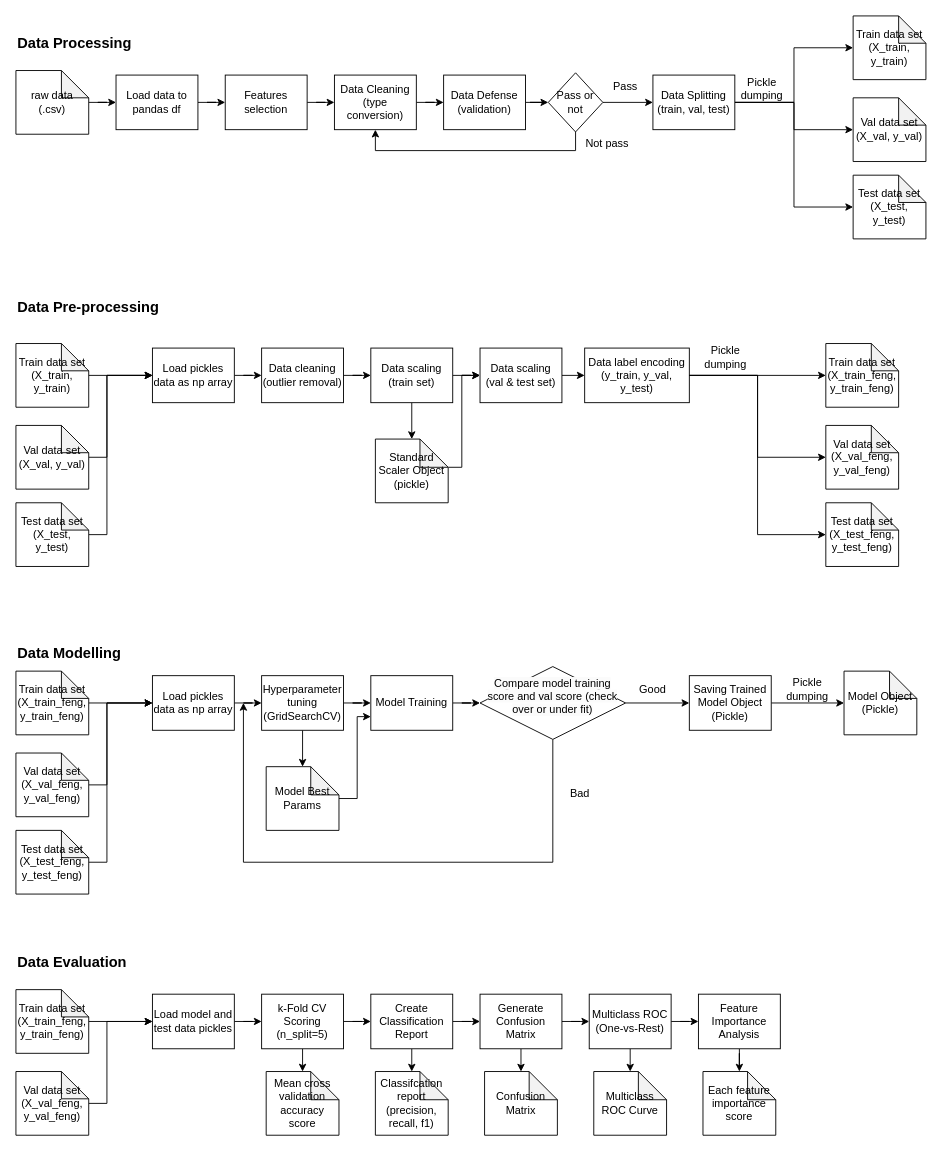
haranobuhardo/Gas-Detection-Using-Traditional-ML keeps this draw.io diagram as process flow chart.drawio. Above is the earlier version. Source tidied: cells renumbered, new cells numbered last; positions are measured from the earlier drawing's top-left corner, leaving out a move shared by most shapes. Both pictures are drawn from the tidied source at 91%, with x=0, y=0 at pixel (15, 15).
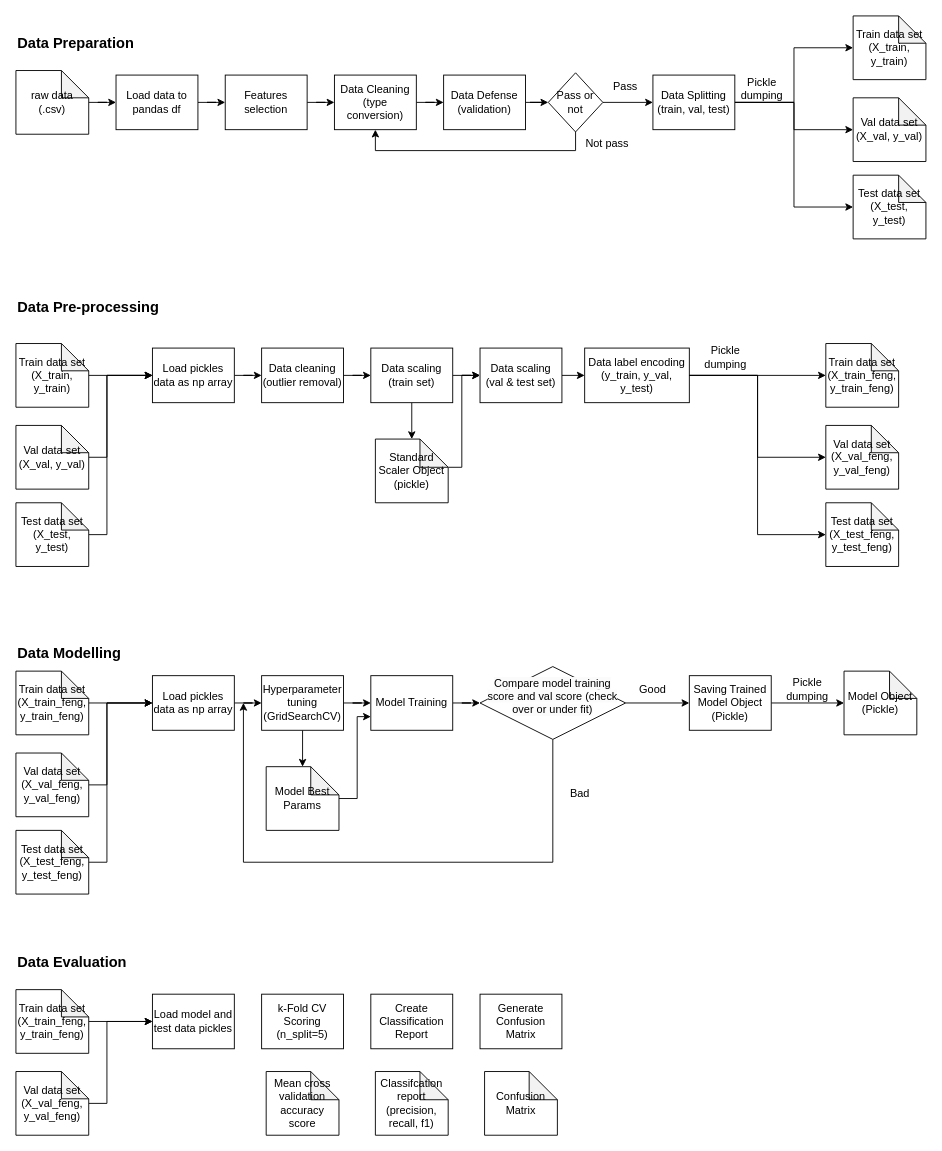
The same diagram, later.

Unchanged cells that the change refers to:
```xml
<mxCell id="85" value="Load model and test data pickles" style="rounded=0;whiteSpace=wrap;html=1;" parent="1" vertex="1">
  <mxGeometry x="150" y="1075" width="90" height="60" as="geometry" />
</mxCell>
<mxCell id="88" value="k-Fold CV Scoring (n_split=5)" style="rounded=0;whiteSpace=wrap;html=1;" parent="1" vertex="1">
  <mxGeometry x="270" y="1075" width="90" height="60" as="geometry" />
</mxCell>
<mxCell id="89" value="Mean cross validation accuracy score" style="shape=note;whiteSpace=wrap;html=1;backgroundOutline=1;darkOpacity=0.05;size=31;" parent="1" vertex="1">
  <mxGeometry x="275" y="1160" width="80" height="70" as="geometry" />
</mxCell>
<mxCell id="92" value="Create Classification Report" style="rounded=0;whiteSpace=wrap;html=1;" parent="1" vertex="1">
  <mxGeometry x="390" y="1075" width="90" height="60" as="geometry" />
</mxCell>
<mxCell id="93" value="Classifcation report (precision, recall, f1)" style="shape=note;whiteSpace=wrap;html=1;backgroundOutline=1;darkOpacity=0.05;size=31;" parent="1" vertex="1">
  <mxGeometry x="395" y="1160" width="80" height="70" as="geometry" />
</mxCell>
<mxCell id="96" value="Generate Confusion Matrix" style="rounded=0;whiteSpace=wrap;html=1;" parent="1" vertex="1">
  <mxGeometry x="510" y="1075" width="90" height="60" as="geometry" />
</mxCell>
<mxCell id="97" value="Confusion Matrix" style="shape=note;whiteSpace=wrap;html=1;backgroundOutline=1;darkOpacity=0.05;size=31;" parent="1" vertex="1">
  <mxGeometry x="515" y="1160" width="80" height="70" as="geometry" />
</mxCell>
```

What changed in the source:
```diff
@@
-    <mxCell id="4" value="Data Processing" style="text;html=1;strokeColor=none;fillColor=none;align=left;verticalAlign=middle;whiteSpace=wrap;rounded=0;fontStyle=1;fontSize=16;" parent="1" vertex="1">
+    <mxCell id="4" value="Data Preparation" style="text;html=1;strokeColor=none;fillColor=none;align=left;verticalAlign=middle;whiteSpace=wrap;rounded=0;fontStyle=1;fontSize=16;" parent="1" vertex="1">
       <mxGeometry y="20" width="140" height="20" as="geometry" />
     </mxCell>
@@
-    <mxCell id="84" style="edgeStyle=orthogonalEdgeStyle;rounded=0;jettySize=auto;html=1;entryX=0;entryY=0.5;entryDx=0;entryDy=0;" parent="1" edge="1" source="85" target="88">
-      <mxGeometry relative="1" as="geometry" />
-    </mxCell>
@@
-    <mxCell id="86" style="edgeStyle=orthogonalEdgeStyle;rounded=0;jettySize=auto;html=1;entryX=0;entryY=0.5;entryDx=0;entryDy=0;" parent="1" edge="1" source="88" target="92">
-      <mxGeometry relative="1" as="geometry" />
-    </mxCell>
-    <mxCell id="87" style="edgeStyle=orthogonalEdgeStyle;rounded=0;jettySize=auto;html=1;exitX=0.5;exitY=1;exitDx=0;exitDy=0;entryX=0.5;entryY=0;entryDx=0;entryDy=0;entryPerimeter=0;" parent="1" edge="1" source="88" target="89">
-      <mxGeometry relative="1" as="geometry" />
-    </mxCell>
@@
-    <mxCell id="90" style="edgeStyle=orthogonalEdgeStyle;rounded=0;jettySize=auto;html=1;entryX=0;entryY=0.5;entryDx=0;entryDy=0;" parent="1" edge="1" source="92" target="96">
-      <mxGeometry relative="1" as="geometry" />
-    </mxCell>
-    <mxCell id="91" style="edgeStyle=orthogonalEdgeStyle;rounded=0;jettySize=auto;html=1;exitX=0.5;exitY=1;exitDx=0;exitDy=0;entryX=0.5;entryY=0;entryDx=0;entryDy=0;entryPerimeter=0;" parent="1" edge="1" source="92" target="93">
-      <mxGeometry relative="1" as="geometry" />
-    </mxCell>
@@
-    <mxCell id="94" style="edgeStyle=orthogonalEdgeStyle;rounded=0;jettySize=auto;html=1;entryX=0;entryY=0.5;entryDx=0;entryDy=0;" parent="1" edge="1" source="96" target="100">
-      <mxGeometry relative="1" as="geometry" />
-    </mxCell>
-    <mxCell id="95" style="edgeStyle=orthogonalEdgeStyle;rounded=0;jettySize=auto;html=1;exitX=0.5;exitY=1;exitDx=0;exitDy=0;entryX=0.5;entryY=0;entryDx=0;entryDy=0;entryPerimeter=0;" parent="1" edge="1" source="96" target="97">
-      <mxGeometry relative="1" as="geometry" />
-    </mxCell>
@@
-    <mxCell id="98" style="edgeStyle=orthogonalEdgeStyle;rounded=0;jettySize=auto;html=1;exitX=0.5;exitY=1;exitDx=0;exitDy=0;entryX=0.5;entryY=0;entryDx=0;entryDy=0;entryPerimeter=0;" parent="1" edge="1" source="100" target="101">
-      <mxGeometry relative="1" as="geometry" />
-    </mxCell>
-    <mxCell id="99" style="edgeStyle=orthogonalEdgeStyle;rounded=0;jettySize=auto;html=1;entryX=0;entryY=0.5;entryDx=0;entryDy=0;" parent="1" edge="1" source="100" target="103">
-      <mxGeometry relative="1" as="geometry" />
-    </mxCell>
-    <mxCell id="100" value="Multiclass ROC (One-vs-Rest)" style="rounded=0;whiteSpace=wrap;html=1;" parent="1" vertex="1">
-      <mxGeometry x="630" y="1075" width="90" height="60" as="geometry" />
-    </mxCell>
-    <mxCell id="101" value="Multiclass ROC Curve" style="shape=note;whiteSpace=wrap;html=1;backgroundOutline=1;darkOpacity=0.05;size=31;" parent="1" vertex="1">
-      <mxGeometry x="635" y="1160" width="80" height="70" as="geometry" />
-    </mxCell>
-    <mxCell id="102" style="edgeStyle=orthogonalEdgeStyle;rounded=0;jettySize=auto;html=1;entryX=0.5;entryY=0;entryDx=0;entryDy=0;entryPerimeter=0;" parent="1" edge="1" source="103" target="104">
-      <mxGeometry relative="1" as="geometry" />
-    </mxCell>
-    <mxCell id="103" value="Feature Importance Analysis" style="rounded=0;whiteSpace=wrap;html=1;" parent="1" vertex="1">
-      <mxGeometry x="750" y="1075" width="90" height="60" as="geometry" />
-    </mxCell>
-    <mxCell id="104" value="Each feature importance score" style="shape=note;whiteSpace=wrap;html=1;backgroundOutline=1;darkOpacity=0.05;size=31;" parent="1" vertex="1">
-      <mxGeometry x="755" y="1160" width="80" height="70" as="geometry" />
-    </mxCell>
```
